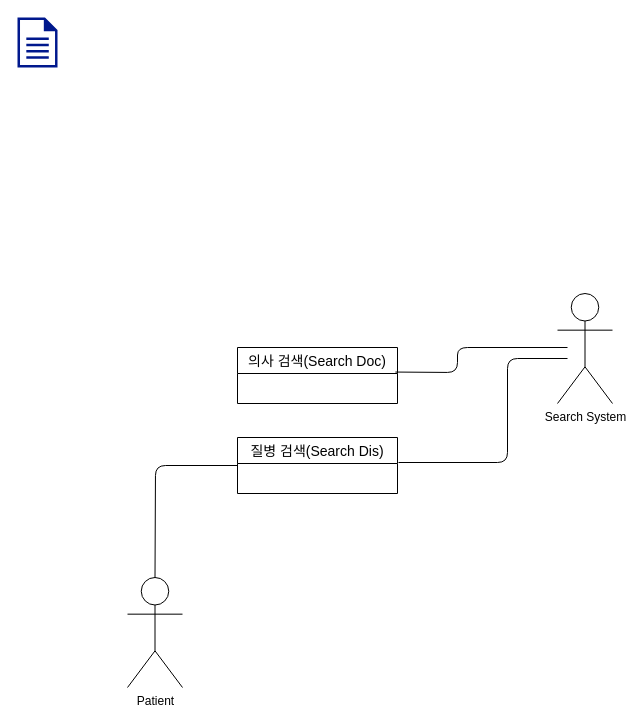
Before: patient/diagnosisfeedback.drawio in yhb1834/Smart-Health-Prediction-System, a draw.io diagram. Source tidied: cells renumbered, new cells numbered last; positions are measured from the earlier drawing's top-left corner, leaving out a move shared by most shapes. Both pictures are drawn from the tidied source at 100%, with x=0, y=0 at pixel (17, 17).
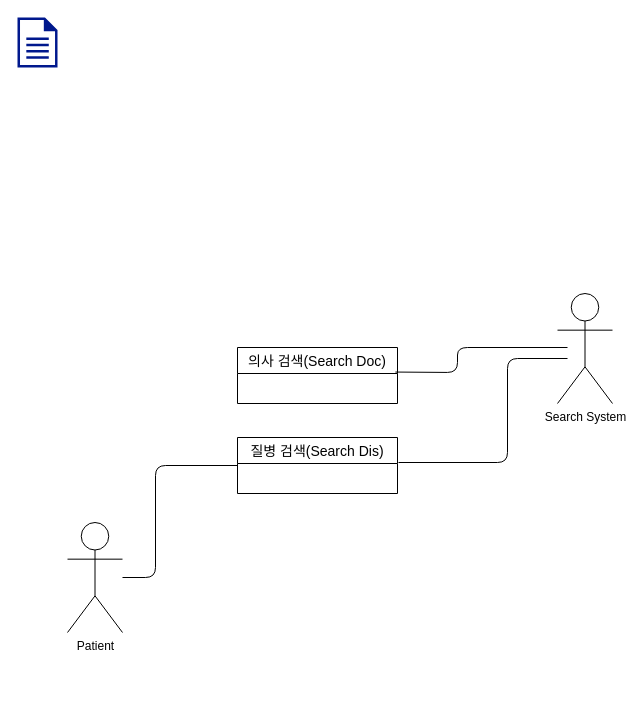
Above is the later version.

Diff of the diagram source:
```diff
@@
 <mxGraphModel>
   <root>
     <mxCell id="0" />
     <mxCell id="1" parent="0" />
     <mxCell id="2" value="Patient" style="shape=umlActor;verticalLabelPosition=bottom;verticalAlign=top;html=1;outlineConnect=0;" parent="1" vertex="1">
-      <mxGeometry x="110" y="560" width="55" height="110" as="geometry" />
+      <mxGeometry x="50" y="505" width="55" height="110" as="geometry" />
     </mxCell>
     <mxCell id="3" value="Search System" style="shape=umlActor;verticalLabelPosition=bottom;verticalAlign=top;html=1;" parent="1" vertex="1">
       <mxGeometry x="540" y="276" width="55" height="110" as="geometry" />
     </mxCell>
     <mxCell id="4" style="shadow=0;dashed=0;html=1;strokeColor=none;labelPosition=center;verticalLabelPosition=bottom;verticalAlign=top;align=center;fillColor=#00188D;shape=mxgraph.mscae.enterprise.document;" parent="1" vertex="1">
       <mxGeometry width="40" height="50" as="geometry" />
     </mxCell>
     <mxCell id="5" value="의사 검색(Search Doc)" style="swimlane;fontStyle=0;horizontal=1;startSize=26;align=center;fontSize=14;" parent="1" vertex="1">
       <mxGeometry x="220" y="330" width="160" height="56" as="geometry" />
     </mxCell>
     <mxCell id="6" value=" " style="text;strokeColor=none;fillColor=none;spacingLeft=4;spacingRight=4;overflow=hidden;points=[[0,0.5],[1,0.5]];portConstraint=eastwest;fontSize=12;" parent="5" vertex="1">
       <mxGeometry y="26" width="160" height="30" as="geometry" />
     </mxCell>
     <mxCell id="7" value="질병 검색(Search Dis)" style="swimlane;fontStyle=0;horizontal=1;startSize=26;align=center;fontSize=14;" parent="1" vertex="1">
       <mxGeometry x="220" y="420" width="160" height="56" as="geometry" />
     </mxCell>
     <mxCell id="8" value=" " style="text;strokeColor=none;fillColor=none;spacingLeft=4;spacingRight=4;overflow=hidden;fontSize=12;" parent="7" vertex="1">
       <mxGeometry y="26" width="160" height="30" as="geometry" />
     </mxCell>
-    <mxCell id="9" style="endArrow=none;html=1;exitX=0;exitY=0.5;exitDx=0;exitDy=0;entryX=0.5;entryY=0;entryDx=0;entryDy=0;entryPerimeter=0;" parent="1" edge="1" source="7" target="2">
+    <mxCell id="9" style="endArrow=none;html=1;exitX=0;exitY=0.5;exitDx=0;exitDy=0;" parent="1" edge="1" source="7" target="2">
       <mxGeometry relative="1" as="geometry">
         <Array as="points">
           <mxPoint x="138" y="448" />
+          <mxPoint x="138" y="560" />
         </Array>
       </mxGeometry>
     </mxCell>
     <mxCell id="10" style="endArrow=none;html=1;" parent="1" edge="1">
       <mxGeometry relative="1" as="geometry">
         <mxPoint x="381" y="445" as="sourcePoint" />
         <mxPoint x="550" y="341" as="targetPoint" />
         <Array as="points">
           <mxPoint x="490" y="445" />
           <mxPoint x="490" y="341" />
         </Array>
       </mxGeometry>
     </mxCell>
     <mxCell id="11" style="endArrow=none;html=1;exitX=0.987;exitY=-0.048;exitDx=0;exitDy=0;exitPerimeter=0;" parent="1" edge="1" source="6">
       <mxGeometry relative="1" as="geometry">
         <mxPoint x="550" y="330" as="targetPoint" />
         <Array as="points">
           <mxPoint x="440" y="355" />
           <mxPoint x="440" y="330" />
         </Array>
       </mxGeometry>
     </mxCell>
   </root>
 </mxGraphModel>
```
